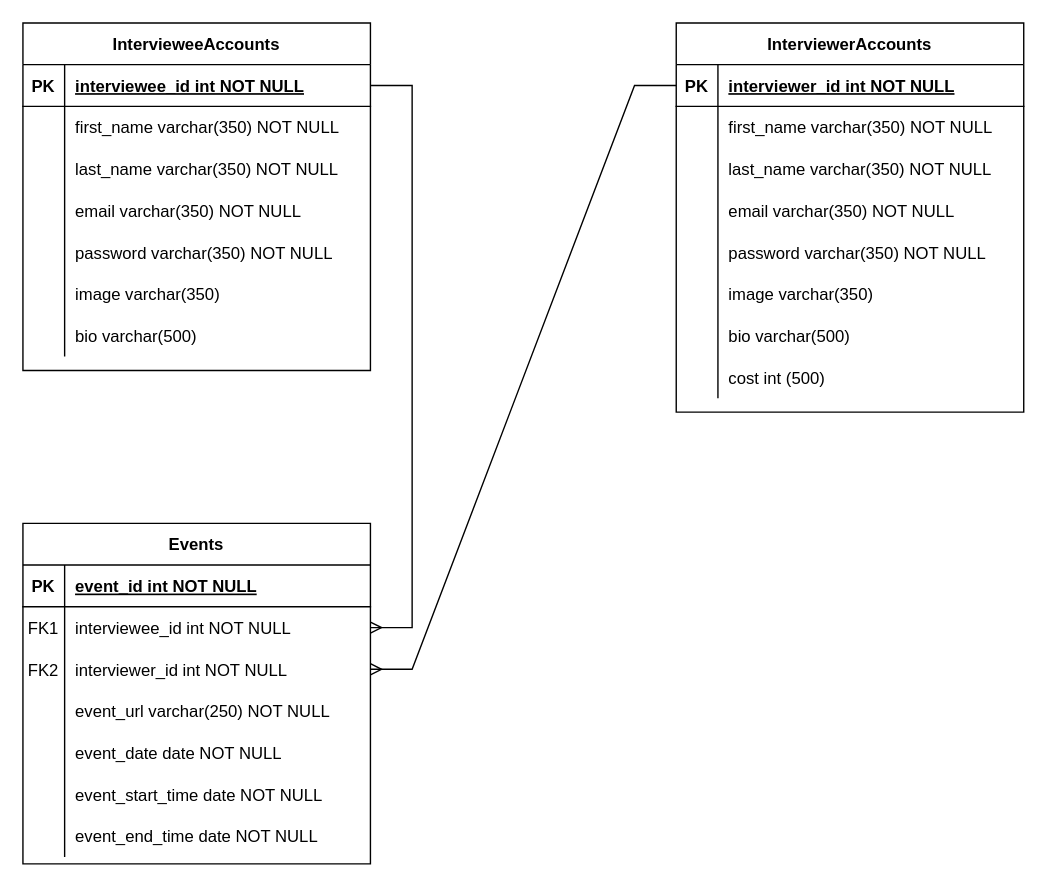
Before: Untitled Diagram.drawio in lpattersonn/app.vediai, a draw.io diagram. Source tidied: cells renumbered, new cells numbered last; positions are measured from the earlier drawing's top-left corner, leaving out a move shared by most shapes. Both pictures are drawn from the tidied source at 139%, with x=0, y=0 at pixel (22, 22).
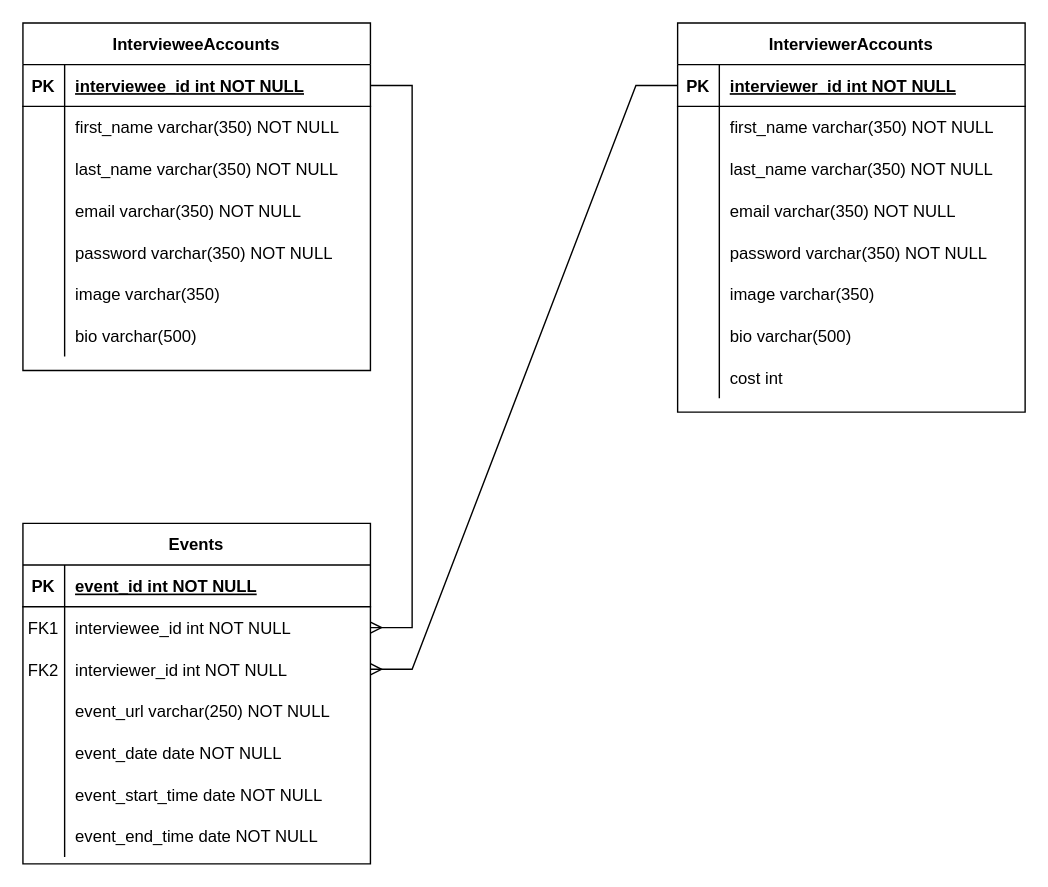
The same diagram, later.

The change refers to these unchanged cells:
```xml
<mxCell id="68" style="shape=partialRectangle;fillColor=none;top=0;left=0;right=0;bottom=0;" parent="46" vertex="1">
  <mxGeometry y="240" width="250" height="30" as="geometry" />
</mxCell>
```

Diff of the diagram source:
```diff
@@
     <mxCell id="46" value="InterviewerAccounts" style="shape=table;startSize=30;childLayout=tableLayout;rowLines=0;fontStyle=1;align=center;" parent="1" vertex="1">
-      <mxGeometry x="470" width="250" height="280" as="geometry" />
+      <mxGeometry x="471" width="250" height="280" as="geometry" />
     </mxCell>
@@
-    <mxCell id="70" value="cost int (500) " style="shape=partialRectangle;overflow=hidden;fillColor=none;top=0;left=0;bottom=0;right=0;align=left;spacingLeft=6;" parent="68" vertex="1">
+    <mxCell id="70" value="cost int" style="shape=partialRectangle;overflow=hidden;fillColor=none;top=0;left=0;bottom=0;right=0;align=left;spacingLeft=6;" parent="68" vertex="1">
       <mxGeometry x="30" width="220" height="30" as="geometry" />
     </mxCell>
```
